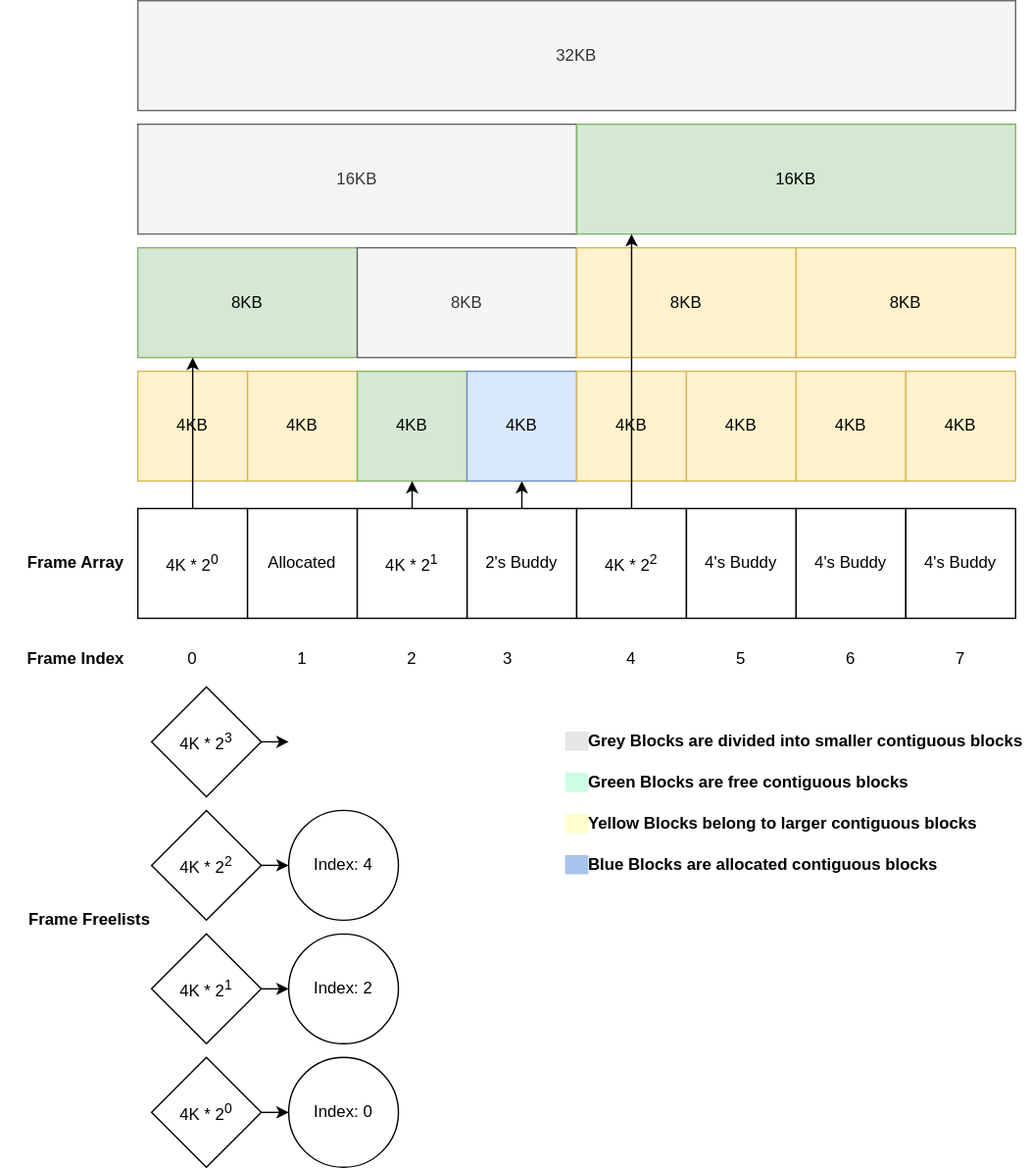
GrassLab/NYCU_Operating_System_Capstone keeps this draw.io diagram as labs/img/buddy.svg. Above is the earlier version. Source tidied: cells renumbered, new cells last; positions are measured from the earlier drawing's top-left corner, leaving out a move shared by most shapes. The source it was exported from:
```xml
<mxGraphModel>
  <root>
    <mxCell id="0" />
    <mxCell id="1" parent="0" />
    <mxCell id="2" value="4KB" style="whiteSpace=wrap;html=1;fillColor=#fff2cc;strokeColor=#d6b656;" parent="1" vertex="1">
      <mxGeometry x="100" y="270" width="80" height="80" as="geometry" />
    </mxCell>
    <mxCell id="3" value="4KB" style="whiteSpace=wrap;html=1;fillColor=#fff2cc;strokeColor=#d6b656;" parent="1" vertex="1">
      <mxGeometry x="180" y="270" width="80" height="80" as="geometry" />
    </mxCell>
    <mxCell id="4" value="4KB" style="whiteSpace=wrap;html=1;fillColor=#d5e8d4;strokeColor=#82b366;" parent="1" vertex="1">
      <mxGeometry x="260" y="270" width="80" height="80" as="geometry" />
    </mxCell>
    <mxCell id="5" value="8KB" style="rounded=0;whiteSpace=wrap;html=1;fillColor=#d5e8d4;strokeColor=#82b366;" parent="1" vertex="1">
      <mxGeometry x="100" y="180" width="160" height="80" as="geometry" />
    </mxCell>
    <mxCell id="6" value="8KB" style="rounded=0;whiteSpace=wrap;html=1;fillColor=#f5f5f5;strokeColor=#666666;fontColor=#333333;" parent="1" vertex="1">
      <mxGeometry x="260" y="180" width="160" height="80" as="geometry" />
    </mxCell>
    <mxCell id="7" value="8KB" style="rounded=0;whiteSpace=wrap;html=1;fillColor=#fff2cc;strokeColor=#d6b656;" parent="1" vertex="1">
      <mxGeometry x="420" y="180" width="160" height="80" as="geometry" />
    </mxCell>
    <mxCell id="8" value="8KB" style="rounded=0;whiteSpace=wrap;html=1;fillColor=#fff2cc;strokeColor=#d6b656;" parent="1" vertex="1">
      <mxGeometry x="580" y="180" width="160" height="80" as="geometry" />
    </mxCell>
    <mxCell id="9" value="16KB" style="rounded=0;whiteSpace=wrap;html=1;fillColor=#f5f5f5;strokeColor=#666666;fontColor=#333333;" parent="1" vertex="1">
      <mxGeometry x="100" y="90" width="320" height="80" as="geometry" />
    </mxCell>
    <mxCell id="10" value="16KB" style="rounded=0;whiteSpace=wrap;html=1;fillColor=#d5e8d4;strokeColor=#82b366;" parent="1" vertex="1">
      <mxGeometry x="420" y="90" width="320" height="80" as="geometry" />
    </mxCell>
    <mxCell id="11" value="32KB" style="rounded=0;whiteSpace=wrap;html=1;fillColor=#f5f5f5;strokeColor=#666666;fontColor=#333333;" parent="1" vertex="1">
      <mxGeometry x="100" width="640" height="80" as="geometry" />
    </mxCell>
    <mxCell id="12" style="edgeStyle=orthogonalEdgeStyle;rounded=0;jettySize=auto;html=1;exitX=0.5;exitY=0;exitDx=0;exitDy=0;entryX=0.25;entryY=1;entryDx=0;entryDy=0;" parent="1" edge="1" source="13" target="5">
      <mxGeometry relative="1" as="geometry" />
    </mxCell>
    <mxCell id="13" value="4K * 2&lt;sup&gt;0&lt;/sup&gt;" style="whiteSpace=wrap;html=1;" parent="1" vertex="1">
      <mxGeometry x="100" y="370" width="80" height="80" as="geometry" />
    </mxCell>
    <mxCell id="14" value="Allocated" style="whiteSpace=wrap;html=1;" parent="1" vertex="1">
      <mxGeometry x="180" y="370" width="80" height="80" as="geometry" />
    </mxCell>
    <mxCell id="15" style="edgeStyle=orthogonalEdgeStyle;rounded=0;jettySize=auto;html=1;exitX=0.5;exitY=0;exitDx=0;exitDy=0;entryX=0.5;entryY=1;entryDx=0;entryDy=0;" parent="1" edge="1" source="16" target="21">
      <mxGeometry relative="1" as="geometry" />
    </mxCell>
    <mxCell id="16" value="2's Buddy" style="whiteSpace=wrap;html=1;" parent="1" vertex="1">
      <mxGeometry x="340" y="370" width="80" height="80" as="geometry" />
    </mxCell>
    <mxCell id="17" value="4K * 2&lt;sup&gt;2&lt;/sup&gt;" style="whiteSpace=wrap;html=1;" parent="1" vertex="1">
      <mxGeometry x="420" y="370" width="80" height="80" as="geometry" />
    </mxCell>
    <mxCell id="18" value="4's Buddy" style="whiteSpace=wrap;html=1;" parent="1" vertex="1">
      <mxGeometry x="500" y="370" width="80" height="80" as="geometry" />
    </mxCell>
    <mxCell id="19" value="4's Buddy" style="whiteSpace=wrap;html=1;" parent="1" vertex="1">
      <mxGeometry x="580" y="370" width="80" height="80" as="geometry" />
    </mxCell>
    <mxCell id="20" value="4's Buddy" style="whiteSpace=wrap;html=1;" parent="1" vertex="1">
      <mxGeometry x="660" y="370" width="80" height="80" as="geometry" />
    </mxCell>
    <mxCell id="21" value="4KB" style="whiteSpace=wrap;html=1;fillColor=#dae8fc;strokeColor=#6c8ebf;" parent="1" vertex="1">
      <mxGeometry x="340" y="270" width="80" height="80" as="geometry" />
    </mxCell>
    <mxCell id="22" value="4KB" style="whiteSpace=wrap;html=1;fillColor=#fff2cc;strokeColor=#d6b656;" parent="1" vertex="1">
      <mxGeometry x="420" y="270" width="80" height="80" as="geometry" />
    </mxCell>
    <mxCell id="23" value="4KB" style="whiteSpace=wrap;html=1;fillColor=#fff2cc;strokeColor=#d6b656;" parent="1" vertex="1">
      <mxGeometry x="500" y="270" width="80" height="80" as="geometry" />
    </mxCell>
    <mxCell id="24" value="4KB" style="whiteSpace=wrap;html=1;fillColor=#fff2cc;strokeColor=#d6b656;" parent="1" vertex="1">
      <mxGeometry x="580" y="270" width="80" height="80" as="geometry" />
    </mxCell>
    <mxCell id="25" value="4KB" style="whiteSpace=wrap;html=1;fillColor=#fff2cc;strokeColor=#d6b656;" parent="1" vertex="1">
      <mxGeometry x="660" y="270" width="80" height="80" as="geometry" />
    </mxCell>
    <mxCell id="26" value="0" style="text;html=1;strokeColor=none;fillColor=none;align=center;verticalAlign=middle;whiteSpace=wrap;rounded=0;" parent="1" vertex="1">
      <mxGeometry x="120" y="470" width="40" height="20" as="geometry" />
    </mxCell>
    <mxCell id="27" value="1" style="text;html=1;strokeColor=none;fillColor=none;align=center;verticalAlign=middle;whiteSpace=wrap;rounded=0;" parent="1" vertex="1">
      <mxGeometry x="200" y="470" width="40" height="20" as="geometry" />
    </mxCell>
    <mxCell id="28" value="2" style="text;html=1;strokeColor=none;fillColor=none;align=center;verticalAlign=middle;whiteSpace=wrap;rounded=0;" parent="1" vertex="1">
      <mxGeometry x="280" y="470" width="40" height="20" as="geometry" />
    </mxCell>
    <mxCell id="29" value="3" style="text;html=1;strokeColor=none;fillColor=none;align=center;verticalAlign=middle;whiteSpace=wrap;rounded=0;" parent="1" vertex="1">
      <mxGeometry x="350" y="470" width="40" height="20" as="geometry" />
    </mxCell>
    <mxCell id="30" value="4" style="text;html=1;strokeColor=none;fillColor=none;align=center;verticalAlign=middle;whiteSpace=wrap;rounded=0;" parent="1" vertex="1">
      <mxGeometry x="440" y="470" width="40" height="20" as="geometry" />
    </mxCell>
    <mxCell id="31" value="5" style="text;html=1;strokeColor=none;fillColor=none;align=center;verticalAlign=middle;whiteSpace=wrap;rounded=0;" parent="1" vertex="1">
      <mxGeometry x="520" y="470" width="40" height="20" as="geometry" />
    </mxCell>
    <mxCell id="32" value="6" style="text;html=1;strokeColor=none;fillColor=none;align=center;verticalAlign=middle;whiteSpace=wrap;rounded=0;" parent="1" vertex="1">
      <mxGeometry x="600" y="470" width="40" height="20" as="geometry" />
    </mxCell>
    <mxCell id="33" value="7" style="text;html=1;strokeColor=none;fillColor=none;align=center;verticalAlign=middle;whiteSpace=wrap;rounded=0;" parent="1" vertex="1">
      <mxGeometry x="680" y="470" width="40" height="20" as="geometry" />
    </mxCell>
    <mxCell id="34" value="Frame Index" style="text;html=1;strokeColor=none;fillColor=none;align=center;verticalAlign=middle;whiteSpace=wrap;rounded=0;fontStyle=1;" parent="1" vertex="1">
      <mxGeometry y="470" width="110" height="20" as="geometry" />
    </mxCell>
    <mxCell id="35" style="edgeStyle=orthogonalEdgeStyle;rounded=0;jettySize=auto;html=1;exitX=0.5;exitY=0;exitDx=0;exitDy=0;" parent="1" edge="1" source="36">
      <mxGeometry relative="1" as="geometry">
        <mxPoint x="300" y="350" as="targetPoint" />
      </mxGeometry>
    </mxCell>
    <mxCell id="36" value="4K * 2&lt;sup&gt;1&lt;/sup&gt;" style="whiteSpace=wrap;html=1;" parent="1" vertex="1">
      <mxGeometry x="260" y="370" width="80" height="80" as="geometry" />
    </mxCell>
    <mxCell id="37" style="edgeStyle=orthogonalEdgeStyle;rounded=0;jettySize=auto;html=1;exitX=0.5;exitY=0;exitDx=0;exitDy=0;" parent="1" edge="1" source="17">
      <mxGeometry relative="1" as="geometry">
        <mxPoint x="460" y="170" as="targetPoint" />
      </mxGeometry>
    </mxCell>
    <mxCell id="38" value="4K * 2&lt;sup&gt;0&lt;/sup&gt;" style="rhombus;whiteSpace=wrap;html=1;" parent="1" vertex="1">
      <mxGeometry x="110" y="770" width="80" height="80" as="geometry" />
    </mxCell>
    <mxCell id="39" value="4K * 2&lt;sup&gt;1&lt;/sup&gt;" style="rhombus;whiteSpace=wrap;html=1;" parent="1" vertex="1">
      <mxGeometry x="110" y="680" width="80" height="80" as="geometry" />
    </mxCell>
    <mxCell id="40" style="edgeStyle=orthogonalEdgeStyle;rounded=0;jettySize=auto;html=1;exitX=1;exitY=0.5;exitDx=0;exitDy=0;entryX=0;entryY=0.5;entryDx=0;entryDy=0;" parent="1" edge="1" source="41" target="42">
      <mxGeometry relative="1" as="geometry" />
    </mxCell>
    <mxCell id="41" value="4K * 2&lt;sup&gt;2&lt;/sup&gt;" style="rhombus;whiteSpace=wrap;html=1;" parent="1" vertex="1">
      <mxGeometry x="110" y="590" width="80" height="80" as="geometry" />
    </mxCell>
    <mxCell id="42" value="Index: 4" style="ellipse;whiteSpace=wrap;html=1;" parent="1" vertex="1">
      <mxGeometry x="210" y="590" width="80" height="80" as="geometry" />
    </mxCell>
    <mxCell id="43" style="edgeStyle=orthogonalEdgeStyle;rounded=0;jettySize=auto;html=1;exitX=1;exitY=0.5;exitDx=0;exitDy=0;entryX=0;entryY=0.5;entryDx=0;entryDy=0;" parent="1" edge="1" target="44">
      <mxGeometry relative="1" as="geometry">
        <mxPoint x="190" y="720" as="sourcePoint" />
      </mxGeometry>
    </mxCell>
    <mxCell id="44" value="Index: 2" style="ellipse;whiteSpace=wrap;html=1;" parent="1" vertex="1">
      <mxGeometry x="210" y="680" width="80" height="80" as="geometry" />
    </mxCell>
    <mxCell id="45" style="edgeStyle=orthogonalEdgeStyle;rounded=0;jettySize=auto;html=1;exitX=1;exitY=0.5;exitDx=0;exitDy=0;entryX=0;entryY=0.5;entryDx=0;entryDy=0;" parent="1" edge="1" target="46">
      <mxGeometry relative="1" as="geometry">
        <mxPoint x="190" y="810" as="sourcePoint" />
      </mxGeometry>
    </mxCell>
    <mxCell id="46" value="Index: 0" style="ellipse;whiteSpace=wrap;html=1;" parent="1" vertex="1">
      <mxGeometry x="210" y="770" width="80" height="80" as="geometry" />
    </mxCell>
    <mxCell id="47" value="&lt;b&gt;&lt;font&gt;&lt;span style=&quot;background-color: rgb(230 , 230 , 230)&quot;&gt;&amp;nbsp; &amp;nbsp; &amp;nbsp;&lt;/span&gt;Grey Blocks&lt;/font&gt;&amp;nbsp;are divided into smaller contiguous blocks&lt;/b&gt;" style="text;html=1;strokeColor=none;fillColor=none;align=left;verticalAlign=middle;whiteSpace=wrap;rounded=0;" parent="1" vertex="1">
      <mxGeometry x="410" y="530" width="340" height="20" as="geometry" />
    </mxCell>
    <mxCell id="48" value="&lt;b&gt;&lt;font&gt;&lt;span style=&quot;background-color: rgb(204 , 255 , 230)&quot;&gt;&amp;nbsp; &amp;nbsp; &amp;nbsp;&lt;/span&gt;Green Blocks are free&lt;/font&gt;&amp;nbsp;contiguous blocks&lt;/b&gt;" style="text;html=1;strokeColor=none;fillColor=none;align=left;verticalAlign=middle;whiteSpace=wrap;rounded=0;" parent="1" vertex="1">
      <mxGeometry x="410" y="560" width="340" height="20" as="geometry" />
    </mxCell>
    <mxCell id="49" value="&lt;b&gt;&lt;font&gt;&lt;font color=&quot;#ffffcc&quot; style=&quot;background-color: rgb(255 , 255 , 204)&quot;&gt;&amp;nbsp; &amp;nbsp; &amp;nbsp;&lt;/font&gt;Yellow Blocks belong to larger&lt;/font&gt;&amp;nbsp;contiguous blocks&lt;/b&gt;" style="text;html=1;strokeColor=none;fillColor=none;align=left;verticalAlign=middle;whiteSpace=wrap;rounded=0;" parent="1" vertex="1">
      <mxGeometry x="410" y="590" width="340" height="20" as="geometry" />
    </mxCell>
    <mxCell id="50" value="&lt;b&gt;&lt;font&gt;&lt;font color=&quot;#ffffcc&quot; style=&quot;background-color: rgb(169 , 196 , 235)&quot;&gt;&amp;nbsp; &amp;nbsp; &amp;nbsp;&lt;/font&gt;Blue Blocks are allocated&amp;nbsp;&lt;/font&gt;contiguous blocks&lt;/b&gt;" style="text;html=1;strokeColor=none;fillColor=none;align=left;verticalAlign=middle;whiteSpace=wrap;rounded=0;" parent="1" vertex="1">
      <mxGeometry x="410" y="620" width="340" height="20" as="geometry" />
    </mxCell>
    <mxCell id="51" style="edgeStyle=orthogonalEdgeStyle;rounded=0;jettySize=auto;html=1;exitX=1;exitY=0.5;exitDx=0;exitDy=0;" parent="1" edge="1" source="52">
      <mxGeometry relative="1" as="geometry">
        <mxPoint x="210" y="540" as="targetPoint" />
      </mxGeometry>
    </mxCell>
    <mxCell id="52" value="4K * 2&lt;sup&gt;3&lt;/sup&gt;" style="rhombus;whiteSpace=wrap;html=1;" parent="1" vertex="1">
      <mxGeometry x="110" y="500" width="80" height="80" as="geometry" />
    </mxCell>
    <mxCell id="53" value="Frame Array" style="text;html=1;strokeColor=none;fillColor=none;align=center;verticalAlign=middle;whiteSpace=wrap;rounded=0;fontStyle=1;" parent="1" vertex="1">
      <mxGeometry y="400" width="110" height="20" as="geometry" />
    </mxCell>
    <mxCell id="54" value="Frame Freelists" style="text;html=1;strokeColor=none;fillColor=none;align=center;verticalAlign=middle;whiteSpace=wrap;rounded=0;fontStyle=1;" parent="1" vertex="1">
      <mxGeometry x="10" y="650" width="110" height="40" as="geometry" />
    </mxCell>
  </root>
</mxGraphModel>
```
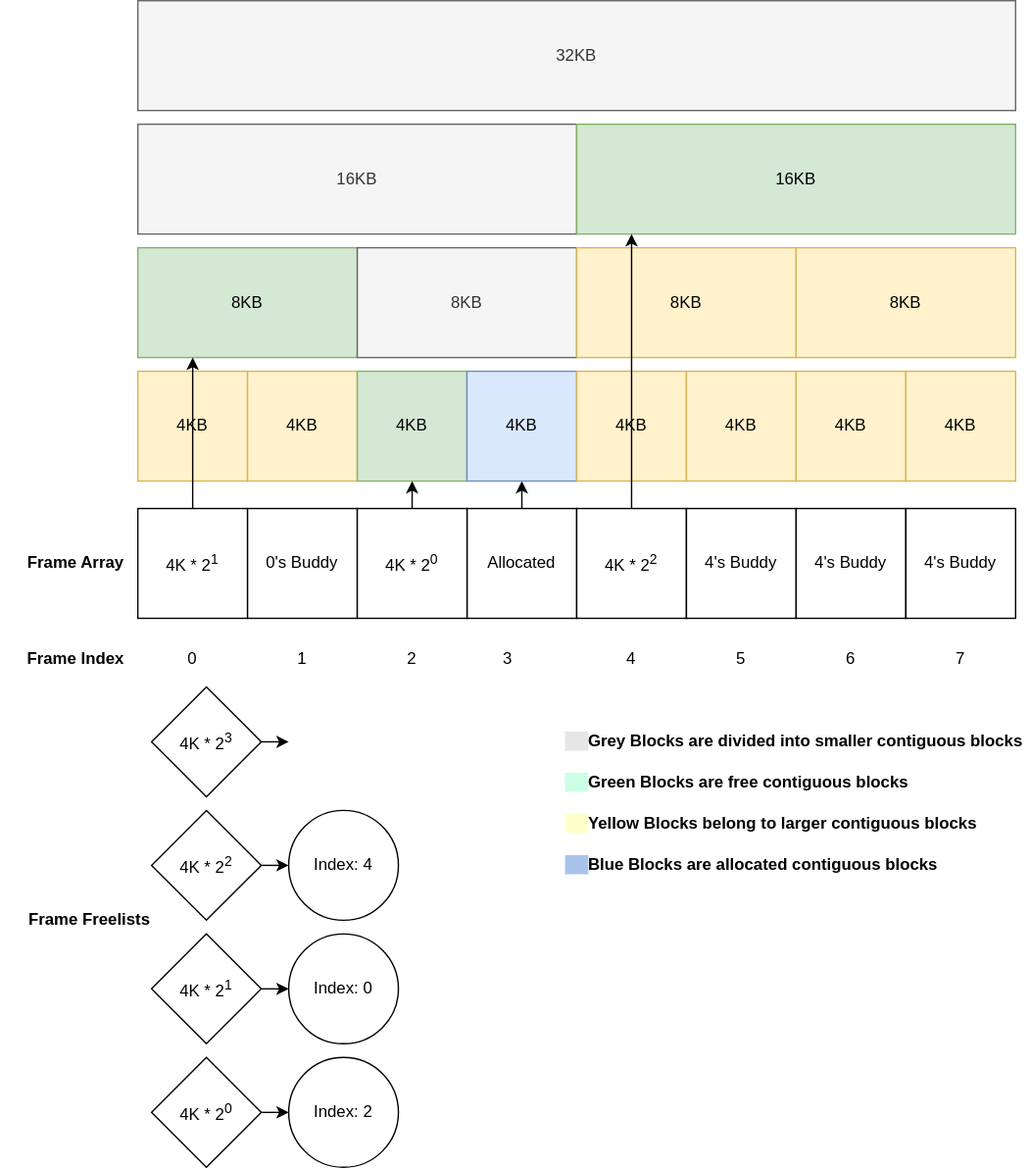
Above is the later version.

Commit message:
fix error in the example picture

Diff of the diagram source:
```diff
@@ -35,16 +35,16 @@
     <mxCell id="12" style="edgeStyle=orthogonalEdgeStyle;rounded=0;jettySize=auto;html=1;exitX=0.5;exitY=0;exitDx=0;exitDy=0;entryX=0.25;entryY=1;entryDx=0;entryDy=0;" parent="1" edge="1" source="13" target="5">
       <mxGeometry relative="1" as="geometry" />
     </mxCell>
-    <mxCell id="13" value="4K * 2&lt;sup&gt;0&lt;/sup&gt;" style="whiteSpace=wrap;html=1;" parent="1" vertex="1">
+    <mxCell id="13" value="4K * 2&lt;sup&gt;1&lt;/sup&gt;" style="whiteSpace=wrap;html=1;" parent="1" vertex="1">
       <mxGeometry x="100" y="370" width="80" height="80" as="geometry" />
     </mxCell>
-    <mxCell id="14" value="Allocated" style="whiteSpace=wrap;html=1;" parent="1" vertex="1">
+    <mxCell id="14" value="0's Buddy" style="whiteSpace=wrap;html=1;" parent="1" vertex="1">
       <mxGeometry x="180" y="370" width="80" height="80" as="geometry" />
     </mxCell>
     <mxCell id="15" style="edgeStyle=orthogonalEdgeStyle;rounded=0;jettySize=auto;html=1;exitX=0.5;exitY=0;exitDx=0;exitDy=0;entryX=0.5;entryY=1;entryDx=0;entryDy=0;" parent="1" edge="1" source="16" target="21">
       <mxGeometry relative="1" as="geometry" />
     </mxCell>
-    <mxCell id="16" value="2's Buddy" style="whiteSpace=wrap;html=1;" parent="1" vertex="1">
+    <mxCell id="16" value="Allocated" style="whiteSpace=wrap;html=1;" parent="1" vertex="1">
       <mxGeometry x="340" y="370" width="80" height="80" as="geometry" />
     </mxCell>
     <mxCell id="17" value="4K * 2&lt;sup&gt;2&lt;/sup&gt;" style="whiteSpace=wrap;html=1;" parent="1" vertex="1">
@@ -106,7 +106,7 @@
         <mxPoint x="300" y="350" as="targetPoint" />
       </mxGeometry>
     </mxCell>
-    <mxCell id="36" value="4K * 2&lt;sup&gt;1&lt;/sup&gt;" style="whiteSpace=wrap;html=1;" parent="1" vertex="1">
+    <mxCell id="36" value="4K * 2&lt;sup&gt;0&lt;/sup&gt;" style="whiteSpace=wrap;html=1;" parent="1" vertex="1">
       <mxGeometry x="260" y="370" width="80" height="80" as="geometry" />
     </mxCell>
     <mxCell id="37" style="edgeStyle=orthogonalEdgeStyle;rounded=0;jettySize=auto;html=1;exitX=0.5;exitY=0;exitDx=0;exitDy=0;" parent="1" edge="1" source="17">
@@ -134,7 +134,7 @@
         <mxPoint x="190" y="720" as="sourcePoint" />
       </mxGeometry>
     </mxCell>
-    <mxCell id="44" value="Index: 2" style="ellipse;whiteSpace=wrap;html=1;" parent="1" vertex="1">
+    <mxCell id="44" value="Index: 0" style="ellipse;whiteSpace=wrap;html=1;" parent="1" vertex="1">
       <mxGeometry x="210" y="680" width="80" height="80" as="geometry" />
     </mxCell>
     <mxCell id="45" style="edgeStyle=orthogonalEdgeStyle;rounded=0;jettySize=auto;html=1;exitX=1;exitY=0.5;exitDx=0;exitDy=0;entryX=0;entryY=0.5;entryDx=0;entryDy=0;" parent="1" edge="1" target="46">
@@ -142,7 +142,7 @@
         <mxPoint x="190" y="810" as="sourcePoint" />
       </mxGeometry>
     </mxCell>
-    <mxCell id="46" value="Index: 0" style="ellipse;whiteSpace=wrap;html=1;" parent="1" vertex="1">
+    <mxCell id="46" value="Index: 2" style="ellipse;whiteSpace=wrap;html=1;" parent="1" vertex="1">
       <mxGeometry x="210" y="770" width="80" height="80" as="geometry" />
     </mxCell>
     <mxCell id="47" value="&lt;b&gt;&lt;font&gt;&lt;span style=&quot;background-color: rgb(230 , 230 , 230)&quot;&gt;&amp;nbsp; &amp;nbsp; &amp;nbsp;&lt;/span&gt;Grey Blocks&lt;/font&gt;&amp;nbsp;are divided into smaller contiguous blocks&lt;/b&gt;" style="text;html=1;strokeColor=none;fillColor=none;align=left;verticalAlign=middle;whiteSpace=wrap;rounded=0;" parent="1" vertex="1">
```
